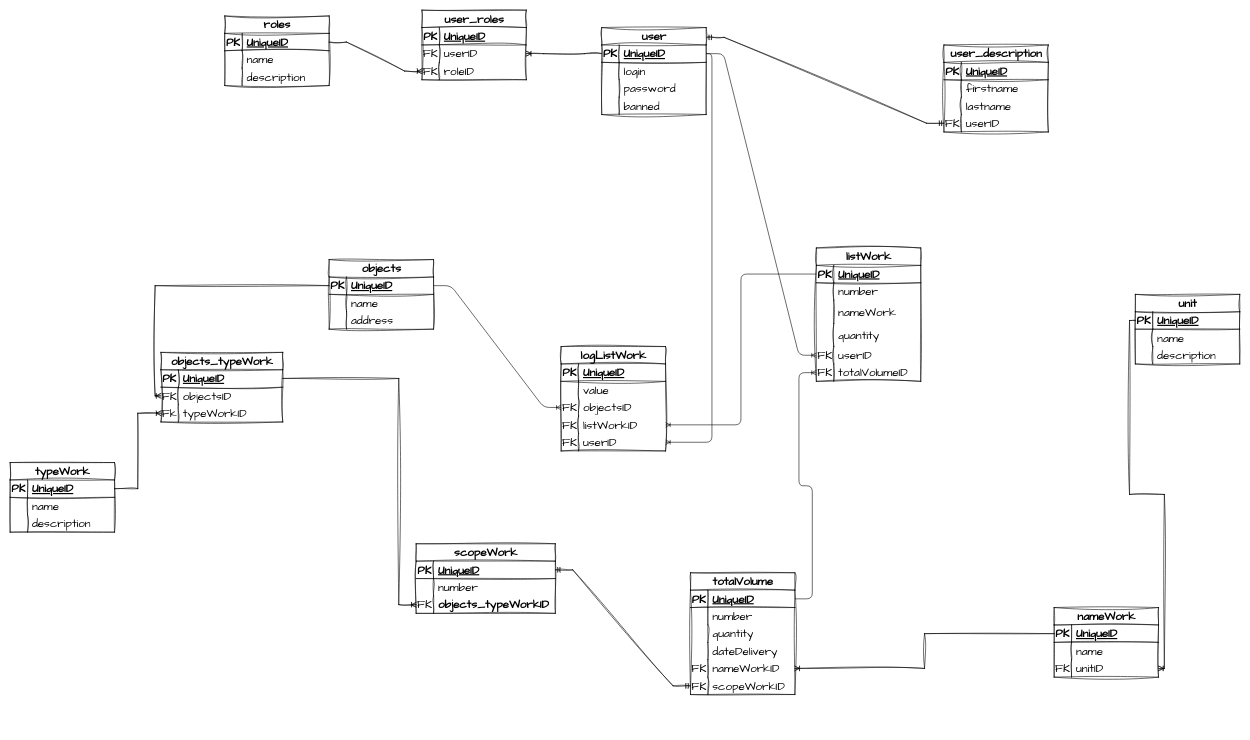
Above: scope.drawio in roman-kiselev/scopeWork (draw.io), before the change. Source tidied: cells renumbered, new cells numbered last; positions are measured from the earlier drawing's top-left corner, leaving out a move shared by most shapes. Both pictures are drawn from the tidied source at 58%, with x=0, y=0 at pixel (10, 10).
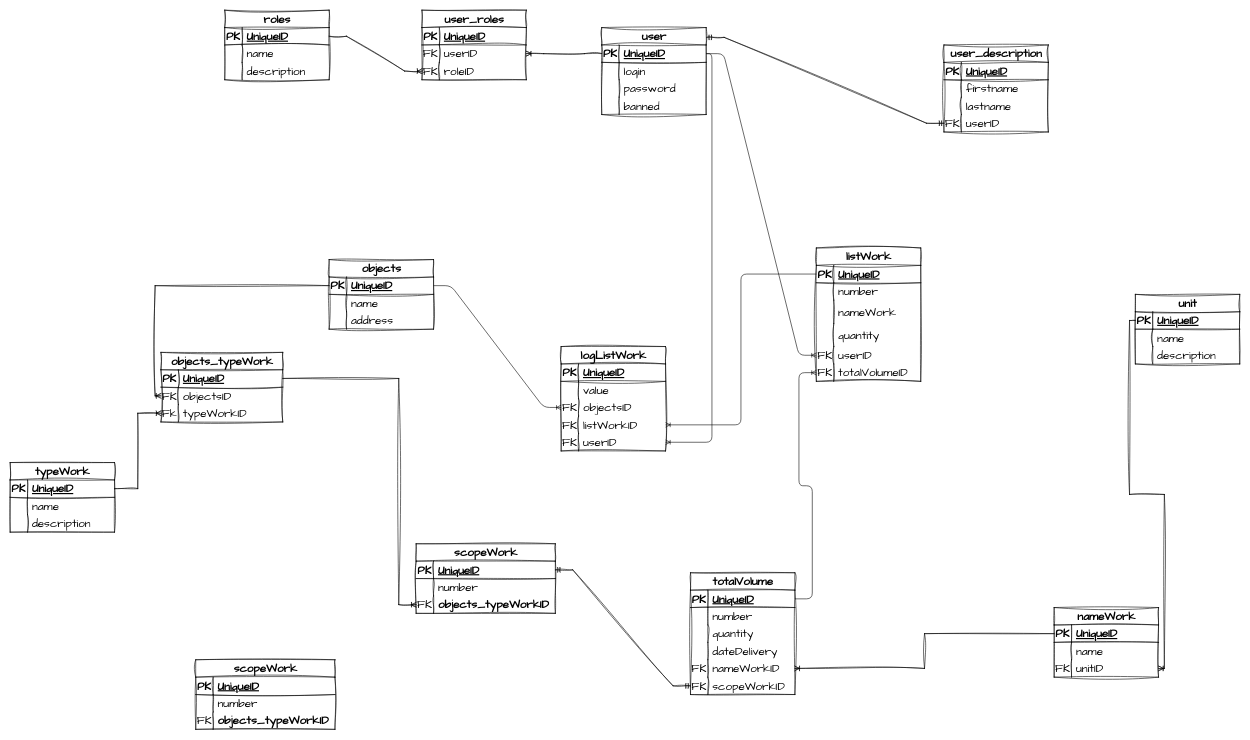
The same diagram, later.

The edit, as a diff of the source:
```diff
@@
     <mxCell id="29" value="roles" style="shape=table;startSize=30;childLayout=tableLayout;rowLines=0;fontStyle=1;align=center;html=1;sketch=1;hachureGap=4;jiggle=2;curveFitting=1;fontFamily=Architects Daughter;fontSize=20;" parent="1" vertex="1">
-      <mxGeometry x="370" y="10" width="180" height="120" as="geometry" />
+      <mxGeometry x="370" width="180" height="120" as="geometry" />
     </mxCell>
@@
+    <mxCell id="176" value="scopeWork" style="shape=table;startSize=30;childLayout=tableLayout;rowLines=0;fontStyle=1;align=center;html=1;sketch=1;hachureGap=4;jiggle=2;curveFitting=1;fontFamily=Architects Daughter;fontSize=20;" parent="1" vertex="1">
+      <mxGeometry x="320" y="1120" width="240" height="120" as="geometry" />
+    </mxCell>
+    <mxCell id="177" style="shape=tableRow;horizontal=0;startSize=0;swimlaneHead=0;swimlaneBody=0;fillColor=none;top=0;left=0;right=0;bottom=1;sketch=1;hachureGap=4;jiggle=2;curveFitting=1;fontFamily=Architects Daughter;fontSize=20;" parent="176" vertex="1">
+      <mxGeometry y="30" width="240" height="30" as="geometry" />
+    </mxCell>
+    <mxCell id="178" value="PK" style="shape=partialRectangle;fillColor=none;top=0;left=0;bottom=0;right=0;fontStyle=1;overflow=hidden;whiteSpace=wrap;html=1;sketch=1;hachureGap=4;jiggle=2;curveFitting=1;fontFamily=Architects Daughter;fontSize=20;" parent="177" vertex="1">
+      <mxGeometry width="30" height="30" as="geometry" />
+    </mxCell>
+    <mxCell id="179" value="UniqueID" style="shape=partialRectangle;fillColor=none;top=0;left=0;bottom=0;right=0;align=left;spacingLeft=6;fontStyle=5;overflow=hidden;whiteSpace=wrap;html=1;sketch=1;hachureGap=4;jiggle=2;curveFitting=1;fontFamily=Architects Daughter;fontSize=20;" parent="177" vertex="1">
+      <mxGeometry x="30" width="210" height="30" as="geometry" />
+    </mxCell>
+    <mxCell id="180" style="shape=tableRow;horizontal=0;startSize=0;swimlaneHead=0;swimlaneBody=0;fillColor=none;top=0;left=0;right=0;bottom=0;sketch=1;hachureGap=4;jiggle=2;curveFitting=1;fontFamily=Architects Daughter;fontSize=20;" parent="176" vertex="1">
+      <mxGeometry y="60" width="240" height="30" as="geometry" />
+    </mxCell>
+    <mxCell id="181" style="shape=partialRectangle;fillColor=none;top=0;left=0;bottom=0;right=0;overflow=hidden;whiteSpace=wrap;html=1;sketch=1;hachureGap=4;jiggle=2;curveFitting=1;fontFamily=Architects Daughter;fontSize=20;" parent="180" vertex="1">
+      <mxGeometry width="30" height="30" as="geometry" />
+    </mxCell>
+    <mxCell id="182" value="number" style="shape=partialRectangle;fillColor=none;top=0;left=0;bottom=0;right=0;align=left;spacingLeft=6;overflow=hidden;whiteSpace=wrap;html=1;sketch=1;hachureGap=4;jiggle=2;curveFitting=1;fontFamily=Architects Daughter;fontSize=20;" parent="180" vertex="1">
+      <mxGeometry x="30" width="210" height="30" as="geometry" />
+    </mxCell>
+    <mxCell id="183" style="shape=tableRow;horizontal=0;startSize=0;swimlaneHead=0;swimlaneBody=0;fillColor=none;top=0;left=0;right=0;bottom=0;sketch=1;hachureGap=4;jiggle=2;curveFitting=1;fontFamily=Architects Daughter;fontSize=20;" parent="176" vertex="1">
+      <mxGeometry y="90" width="240" height="30" as="geometry" />
+    </mxCell>
+    <mxCell id="184" value="FK" style="shape=partialRectangle;fillColor=none;top=0;left=0;bottom=0;right=0;overflow=hidden;whiteSpace=wrap;html=1;sketch=1;hachureGap=4;jiggle=2;curveFitting=1;fontFamily=Architects Daughter;fontSize=20;" parent="183" vertex="1">
+      <mxGeometry width="30" height="30" as="geometry" />
+    </mxCell>
+    <mxCell id="185" value="&lt;span style=&quot;font-weight: 700; text-align: center;&quot;&gt;objects_typeWorkID&lt;/span&gt;" style="shape=partialRectangle;fillColor=none;top=0;left=0;bottom=0;right=0;align=left;spacingLeft=6;overflow=hidden;whiteSpace=wrap;html=1;sketch=1;hachureGap=4;jiggle=2;curveFitting=1;fontFamily=Architects Daughter;fontSize=20;" parent="183" vertex="1">
+      <mxGeometry x="30" width="210" height="30" as="geometry" />
+    </mxCell>
```
